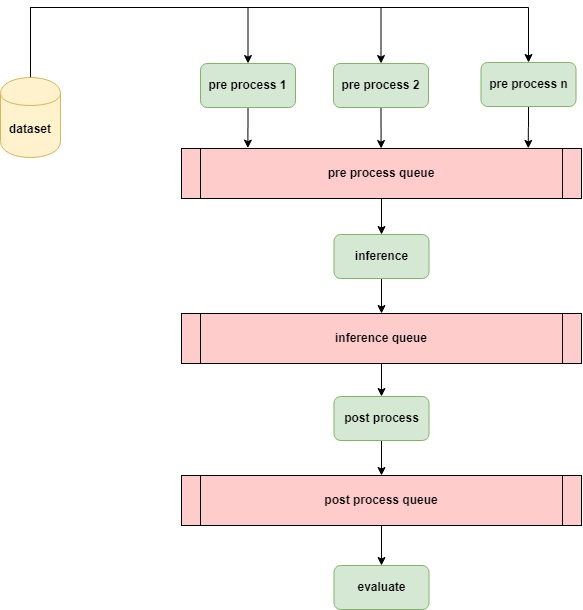
Earlier version of the draw.io export docs/img/inference.png (Ascend/msadvisor). Source tidied: cells renumbered, new cells last; positions are measured from the earlier drawing's top-left corner, leaving out a move shared by most shapes. The source it was exported from:
```xml
<mxGraphModel background="#ffffff">
  <root>
    <mxCell id="0" />
    <mxCell id="1" parent="0" />
    <mxCell id="2" style="edgeStyle=orthogonalEdgeStyle;rounded=0;jettySize=auto;html=1;exitX=0.5;exitY=1;exitDx=0;exitDy=0;entryX=0.5;entryY=0;entryDx=0;entryDy=0;strokeColor=#000000;strokeWidth=1;" parent="1" edge="1" source="3" target="15">
      <mxGeometry relative="1" as="geometry" />
    </mxCell>
    <mxCell id="3" value="pre process queue" style="shape=process;whiteSpace=wrap;align=center;verticalAlign=middle;size=0.0475;fontStyle=1;strokeWidth=1;fillColor=#FFCCCC;" parent="1" vertex="1">
      <mxGeometry x="181" y="141" width="400" height="50" as="geometry" />
    </mxCell>
    <mxCell id="4" style="edgeStyle=orthogonalEdgeStyle;rounded=0;jettySize=auto;html=1;exitX=0.5;exitY=1;exitDx=0;exitDy=0;strokeColor=#000000;strokeWidth=1;entryX=0.166;entryY=-0.008;entryDx=0;entryDy=0;entryPerimeter=0;" parent="1" edge="1" source="5" target="3">
      <mxGeometry relative="1" as="geometry" />
    </mxCell>
    <mxCell id="5" value="&lt;b&gt;pre process 1&lt;/b&gt;" style="rounded=1;whiteSpace=wrap;html=1;fillColor=#d5e8d4;strokeColor=#82b366;" parent="1" vertex="1">
      <mxGeometry x="200" y="56" width="95" height="44" as="geometry" />
    </mxCell>
    <mxCell id="6" style="edgeStyle=orthogonalEdgeStyle;rounded=0;jettySize=auto;html=1;exitX=0.5;exitY=1;exitDx=0;exitDy=0;strokeColor=#000000;strokeWidth=1;entryX=0.499;entryY=0;entryDx=0;entryDy=0;entryPerimeter=0;" parent="1" edge="1" source="7" target="3">
      <mxGeometry relative="1" as="geometry" />
    </mxCell>
    <mxCell id="7" value="&lt;b&gt;pre process 2&lt;/b&gt;" style="rounded=1;whiteSpace=wrap;html=1;fillColor=#d5e8d4;strokeColor=#82b366;" parent="1" vertex="1">
      <mxGeometry x="333" y="56" width="95" height="44" as="geometry" />
    </mxCell>
    <mxCell id="8" style="edgeStyle=orthogonalEdgeStyle;rounded=0;jettySize=auto;html=1;exitX=0.5;exitY=1;exitDx=0;exitDy=0;entryX=0.867;entryY=-0.003;entryDx=0;entryDy=0;entryPerimeter=0;strokeColor=#000000;strokeWidth=1;" parent="1" edge="1" source="9" target="3">
      <mxGeometry relative="1" as="geometry" />
    </mxCell>
    <mxCell id="9" value="&lt;b&gt;pre process n&lt;/b&gt;" style="rounded=1;whiteSpace=wrap;html=1;fillColor=#d5e8d4;strokeColor=#82b366;" parent="1" vertex="1">
      <mxGeometry x="480.5" y="55" width="95" height="44" as="geometry" />
    </mxCell>
    <mxCell id="10" style="edgeStyle=orthogonalEdgeStyle;rounded=0;jettySize=auto;html=1;entryX=0.5;entryY=0;entryDx=0;entryDy=0;strokeWidth=1;" parent="1" edge="1" source="11" target="17">
      <mxGeometry relative="1" as="geometry" />
    </mxCell>
    <mxCell id="11" value="inference queue" style="shape=process;whiteSpace=wrap;align=center;verticalAlign=middle;size=0.0475;fontStyle=1;strokeWidth=1;fillColor=#FFCCCC;" parent="1" vertex="1">
      <mxGeometry x="181" y="306" width="400" height="50" as="geometry" />
    </mxCell>
    <mxCell id="12" style="edgeStyle=orthogonalEdgeStyle;rounded=0;jettySize=auto;html=1;strokeWidth=1;" parent="1" edge="1" source="13" target="18">
      <mxGeometry relative="1" as="geometry" />
    </mxCell>
    <mxCell id="13" value="post process queue" style="shape=process;whiteSpace=wrap;align=center;verticalAlign=middle;size=0.0475;fontStyle=1;strokeWidth=1;fillColor=#FFCCCC;" parent="1" vertex="1">
      <mxGeometry x="181" y="468" width="400" height="50" as="geometry" />
    </mxCell>
    <mxCell id="14" style="edgeStyle=orthogonalEdgeStyle;rounded=0;jettySize=auto;html=1;strokeWidth=1;" parent="1" edge="1" source="15" target="11">
      <mxGeometry relative="1" as="geometry" />
    </mxCell>
    <mxCell id="15" value="&lt;b&gt;inference&lt;/b&gt;" style="rounded=1;whiteSpace=wrap;html=1;fillColor=#d5e8d4;strokeColor=#82b366;strokeWidth=1;" parent="1" vertex="1">
      <mxGeometry x="333.5" y="227" width="95" height="44" as="geometry" />
    </mxCell>
    <mxCell id="16" style="edgeStyle=orthogonalEdgeStyle;rounded=0;jettySize=auto;html=1;strokeWidth=1;" parent="1" edge="1" source="17" target="13">
      <mxGeometry relative="1" as="geometry" />
    </mxCell>
    <mxCell id="17" value="&lt;b&gt;post process&lt;/b&gt;" style="rounded=1;whiteSpace=wrap;html=1;fillColor=#d5e8d4;strokeColor=#82b366;strokeWidth=1;" parent="1" vertex="1">
      <mxGeometry x="333.5" y="389" width="95" height="44" as="geometry" />
    </mxCell>
    <mxCell id="18" value="&lt;b&gt;evaluate&lt;/b&gt;" style="rounded=1;whiteSpace=wrap;html=1;fillColor=#d5e8d4;strokeColor=#82b366;" parent="1" vertex="1">
      <mxGeometry x="333.5" y="558" width="95" height="44" as="geometry" />
    </mxCell>
    <mxCell id="19" style="edgeStyle=orthogonalEdgeStyle;rounded=0;jettySize=auto;html=1;exitX=0.5;exitY=0;exitDx=0;exitDy=0;entryX=0.5;entryY=0;entryDx=0;entryDy=0;" parent="1" edge="1" source="22" target="9">
      <mxGeometry relative="1" as="geometry">
        <Array as="points">
          <mxPoint x="30" />
          <mxPoint x="528" />
        </Array>
      </mxGeometry>
    </mxCell>
    <mxCell id="20" style="edgeStyle=orthogonalEdgeStyle;rounded=0;jettySize=auto;html=1;exitX=0.5;exitY=0;exitDx=0;exitDy=0;entryX=0.5;entryY=0;entryDx=0;entryDy=0;" parent="1" edge="1" source="22" target="7">
      <mxGeometry relative="1" as="geometry">
        <Array as="points">
          <mxPoint x="30" />
          <mxPoint x="381" />
        </Array>
      </mxGeometry>
    </mxCell>
    <mxCell id="21" style="edgeStyle=orthogonalEdgeStyle;rounded=0;jettySize=auto;html=1;exitX=0.5;exitY=0;exitDx=0;exitDy=0;entryX=0.5;entryY=0;entryDx=0;entryDy=0;" parent="1" edge="1" source="22" target="5">
      <mxGeometry relative="1" as="geometry">
        <Array as="points">
          <mxPoint x="30" />
          <mxPoint x="247" />
        </Array>
      </mxGeometry>
    </mxCell>
    <mxCell id="22" value="&lt;b&gt;dataset&lt;/b&gt;" style="shape=cylinder;whiteSpace=wrap;html=1;boundedLbl=1;backgroundOutline=1;fillColor=#fff2cc;strokeColor=#d6b656;" parent="1" vertex="1">
      <mxGeometry y="70" width="60" height="80" as="geometry" />
    </mxCell>
  </root>
</mxGraphModel>
```
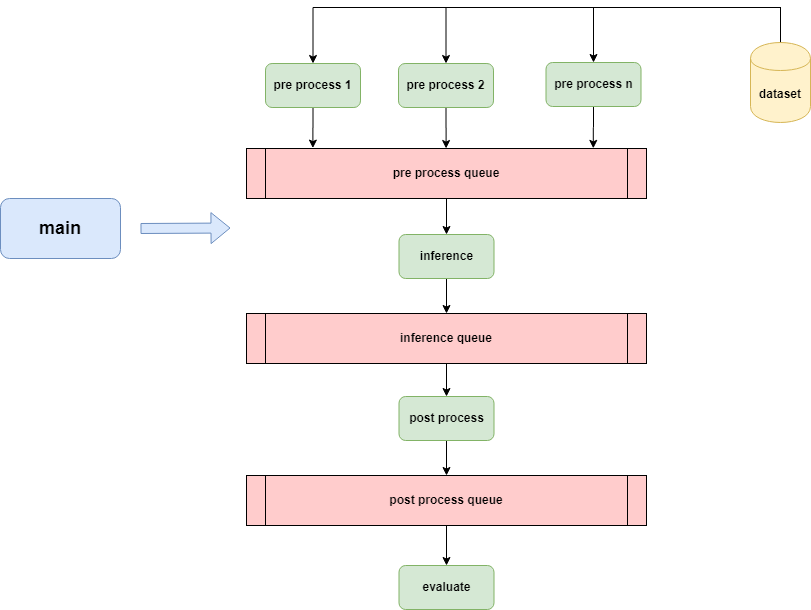
The same diagram one commit later.

What changed in the source:
```diff
@@ -1,4 +1,4 @@
-<mxGraphModel background="#ffffff">
+<mxGraphModel>
   <root>
     <mxCell id="0" />
     <mxCell id="1" parent="0" />
@@ -56,7 +56,7 @@
     <mxCell id="19" style="edgeStyle=orthogonalEdgeStyle;rounded=0;jettySize=auto;html=1;exitX=0.5;exitY=0;exitDx=0;exitDy=0;entryX=0.5;entryY=0;entryDx=0;entryDy=0;" parent="1" edge="1" source="22" target="9">
       <mxGeometry relative="1" as="geometry">
         <Array as="points">
-          <mxPoint x="30" />
+          <mxPoint x="715" />
           <mxPoint x="528" />
         </Array>
       </mxGeometry>
@@ -64,7 +64,7 @@
     <mxCell id="20" style="edgeStyle=orthogonalEdgeStyle;rounded=0;jettySize=auto;html=1;exitX=0.5;exitY=0;exitDx=0;exitDy=0;entryX=0.5;entryY=0;entryDx=0;entryDy=0;" parent="1" edge="1" source="22" target="7">
       <mxGeometry relative="1" as="geometry">
         <Array as="points">
-          <mxPoint x="30" />
+          <mxPoint x="715" />
           <mxPoint x="381" />
         </Array>
       </mxGeometry>
@@ -72,13 +72,22 @@
     <mxCell id="21" style="edgeStyle=orthogonalEdgeStyle;rounded=0;jettySize=auto;html=1;exitX=0.5;exitY=0;exitDx=0;exitDy=0;entryX=0.5;entryY=0;entryDx=0;entryDy=0;" parent="1" edge="1" source="22" target="5">
       <mxGeometry relative="1" as="geometry">
         <Array as="points">
-          <mxPoint x="30" />
-          <mxPoint x="247" />
+          <mxPoint x="715" />
+          <mxPoint x="248" />
         </Array>
       </mxGeometry>
     </mxCell>
     <mxCell id="22" value="&lt;b&gt;dataset&lt;/b&gt;" style="shape=cylinder;whiteSpace=wrap;html=1;boundedLbl=1;backgroundOutline=1;fillColor=#fff2cc;strokeColor=#d6b656;" parent="1" vertex="1">
-      <mxGeometry y="70" width="60" height="80" as="geometry" />
+      <mxGeometry x="685" y="35" width="60" height="80" as="geometry" />
     </mxCell>
+    <mxCell id="23" value="&lt;b&gt;&lt;font style=&quot;font-size: 18px&quot;&gt;main&lt;/font&gt;&lt;/b&gt;" style="rounded=1;whiteSpace=wrap;html=1;strokeWidth=1;fillColor=#dae8fc;strokeColor=#6c8ebf;" parent="1" vertex="1">
+      <mxGeometry x="-65" y="191" width="120" height="60" as="geometry" />
+    </mxCell>
+    <mxCell id="24" style="shape=flexArrow;endArrow=classic;html=1;fillColor=#dae8fc;strokeColor=#6c8ebf;" parent="1" edge="1">
+      <mxGeometry relative="1" as="geometry">
+        <mxPoint x="75" y="221" as="sourcePoint" />
+        <mxPoint x="165" y="220.5" as="targetPoint" />
+      </mxGeometry>
+    </mxCell>
   </root>
 </mxGraphModel>
```
